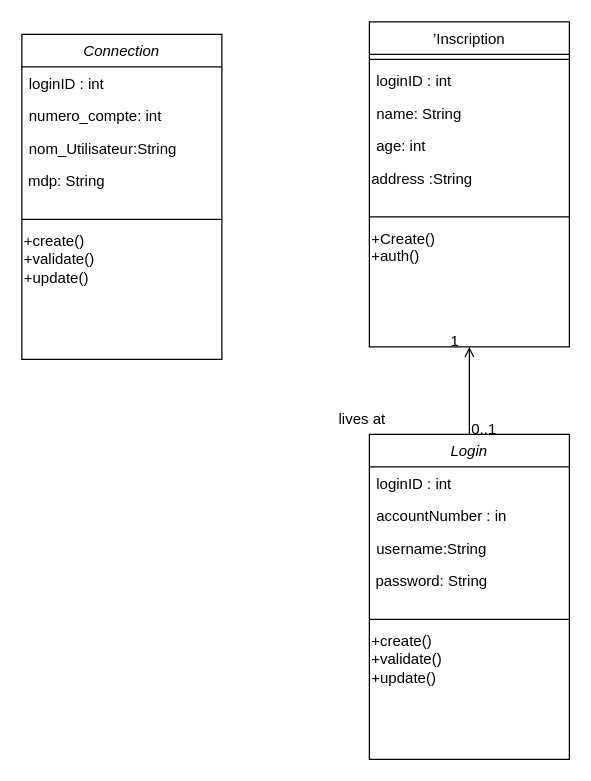
Above: classe_java_projet.drawio in H-deve/java-project (draw.io), before the change. Source tidied: cells renumbered, new cells numbered last; positions are measured from the earlier drawing's top-left corner, leaving out a move shared by most shapes. Both pictures are drawn from the tidied source at 125%, with x=0, y=0 at pixel (21, 21).
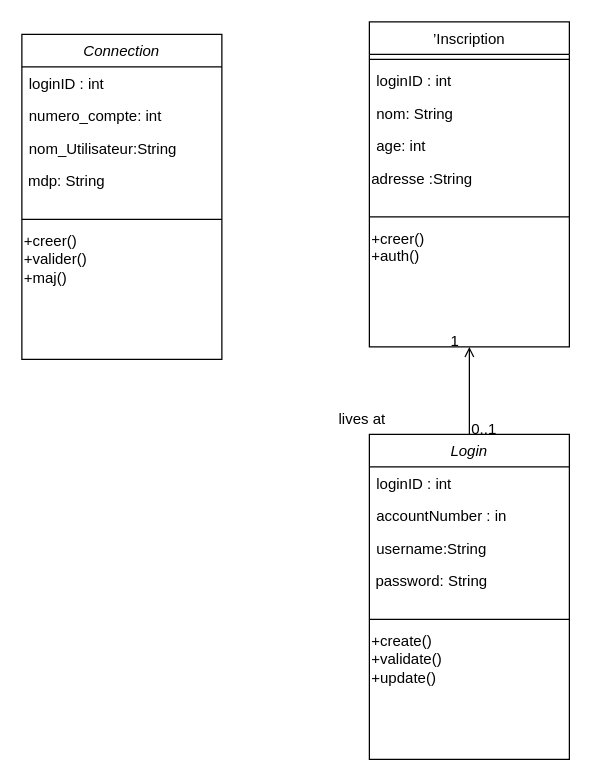
The same page after the edit.

Commit message (it also covers changes not shown here):
Mettre à jour classe_java_projet.drawio

The change refers to these unchanged cells:
```xml
<mxCell id="9" value="’Inscription" style="swimlane;fontStyle=0;align=center;verticalAlign=top;horizontal=1;startSize=26;rounded=0;shadow=0;strokeWidth=1;" parent="1" vertex="1">
  <mxGeometry x="278" width="160" height="260" as="geometry" />
</mxCell>
<mxCell id="21" value="Connection" style="swimlane;fontStyle=2;align=center;verticalAlign=top;horizontal=1;startSize=26;rounded=0;shadow=0;strokeWidth=1;" parent="1" vertex="1">
  <mxGeometry y="10" width="160" height="260" as="geometry" />
</mxCell>
```

Diff of the diagram source:
```diff
@@
-    <mxCell id="12" value="name: String" style="text;align=left;verticalAlign=top;spacingLeft=4;spacingRight=4;overflow=hidden;rounded=0;shadow=0;html=0;" parent="9" vertex="1">
+    <mxCell id="12" value="nom: String" style="text;align=left;verticalAlign=top;spacingLeft=4;spacingRight=4;overflow=hidden;rounded=0;shadow=0;html=0;" parent="9" vertex="1">
       <mxGeometry y="60" width="160" height="26" as="geometry" />
     </mxCell>
@@
-    <mxCell id="14" value="address :String" style="text;whiteSpace=wrap;html=1;" parent="9" vertex="1">
+    <mxCell id="14" value="adresse :String" style="text;whiteSpace=wrap;html=1;" parent="9" vertex="1">
       <mxGeometry y="112" width="160" height="40" as="geometry" />
     </mxCell>
@@
-    <mxCell id="16" value="&lt;div&gt;+Create()&lt;/div&gt;&lt;div&gt;+auth()&lt;br&gt;&lt;/div&gt;" style="text;whiteSpace=wrap;html=1;" parent="9" vertex="1">
+    <mxCell id="16" value="&lt;div&gt;+creer()&lt;/div&gt;&lt;div&gt;+auth()&lt;br&gt;&lt;/div&gt;" style="text;whiteSpace=wrap;html=1;" parent="9" vertex="1">
       <mxGeometry y="160" width="160" height="40" as="geometry" />
     </mxCell>
@@
-    <mxCell id="27" value="&lt;div&gt;+create()&lt;/div&gt;&lt;div&gt;+validate()&lt;/div&gt;&lt;div&gt;+update()&lt;br&gt;&lt;/div&gt;" style="text;whiteSpace=wrap;html=1;" parent="21" vertex="1">
+    <mxCell id="27" value="&lt;div&gt;+creer()&lt;/div&gt;&lt;div&gt;+valider()&lt;/div&gt;&lt;div&gt;+maj()&lt;br&gt;&lt;/div&gt;" style="text;whiteSpace=wrap;html=1;" parent="21" vertex="1">
       <mxGeometry y="152" width="160" height="58" as="geometry" />
     </mxCell>
```
